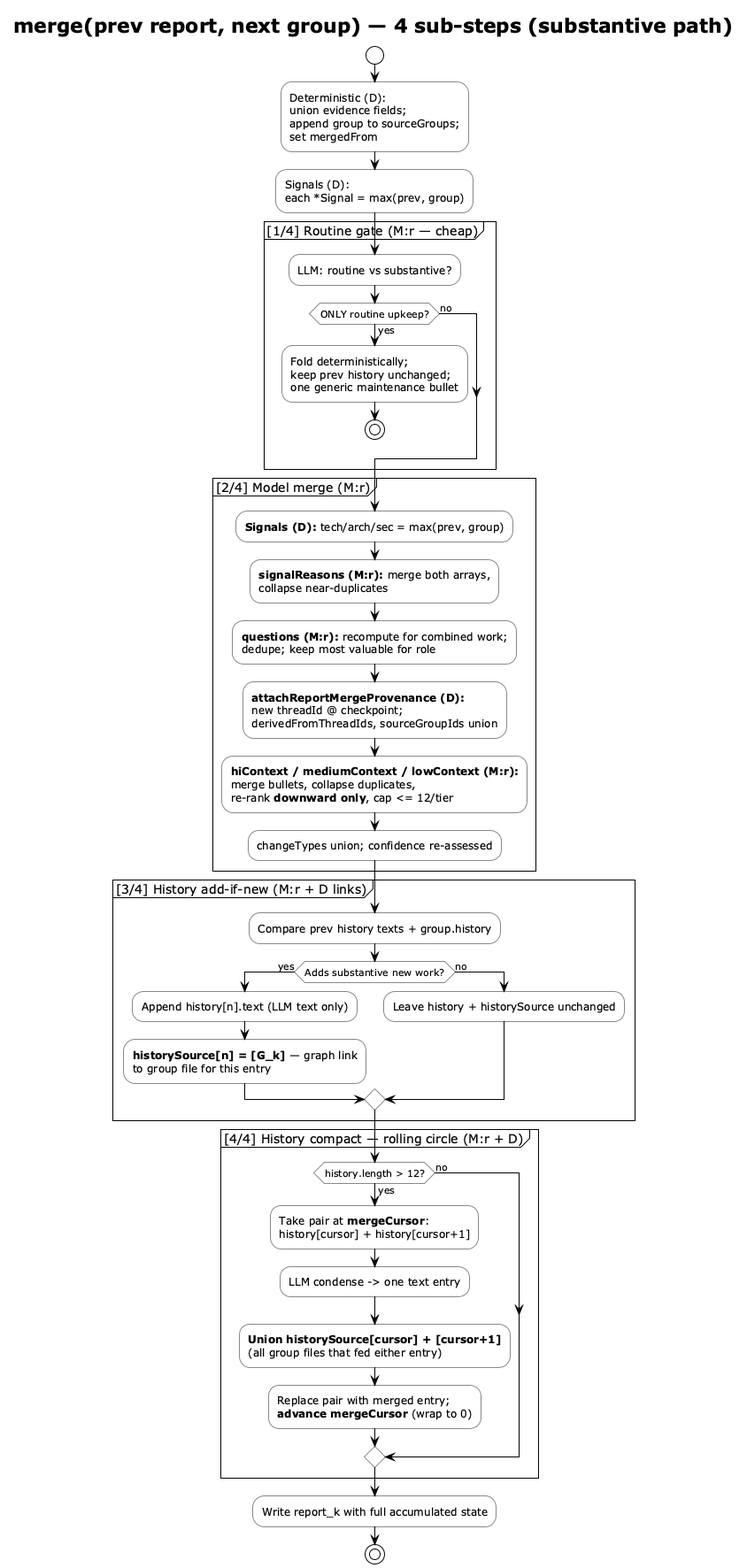
This is img/report-merge-substeps.png from vzakharchenko/dev-workgraph, a PlantUML export, as it was before one commit.
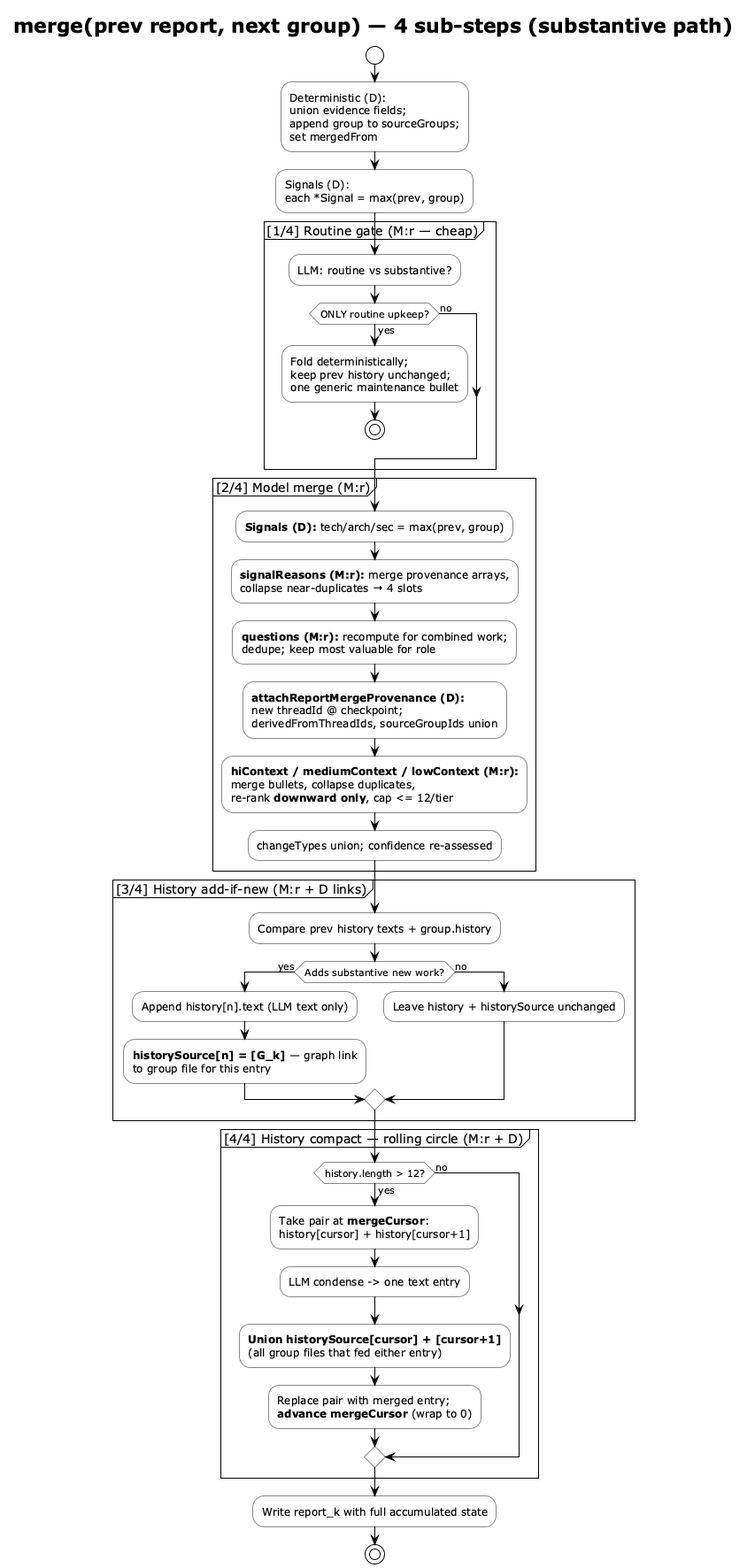
Above is the later version.

What changed in the source:
```diff
@@ -22,7 +22,7 @@
 
 partition "[2/4] Model merge (M:r)" {
   :**Signals (D):** tech/arch/sec = max(prev, group);
-  :**signalReasons (M:r):** merge both arrays,\ncollapse near-duplicates;
+  :**signalReasons (M:r):** merge provenance arrays,\ncollapse near-duplicates → 4 slots;
   :**questions (M:r):** recompute for combined work;\ndedupe; keep most valuable for role;
   :**attachReportMergeProvenance (D):**\nnew threadId @ checkpoint;\nderivedFromThreadIds, sourceGroupIds union;
   :**hiContext / mediumContext / lowContext (M:r):**\nmerge bullets, collapse duplicates,\nre-rank **downward only**, cap <= 12/tier;
```
